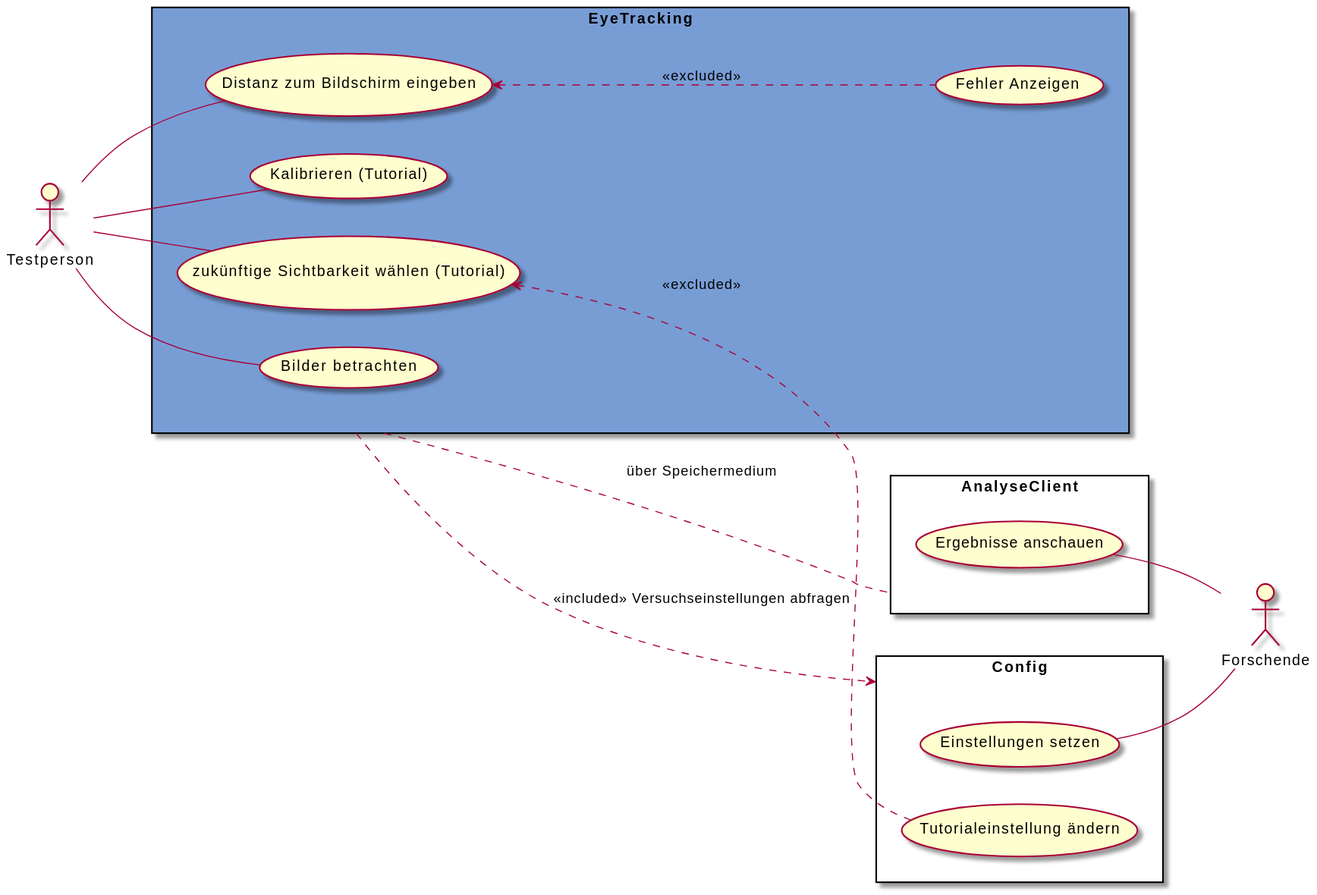
This is meilenstein_05/usecase-EyeTracking/usecase-EyeTracking.svg from weichware10/meilensteine, a PlantUML export, as it was before one commit. Source of this version:
```plantuml
@startuml
left to right direction

actor Testperson as t
actor Forschende as f

rectangle EyeTracking as z #789dd5 {
    usecase "Distanz zum Bildschirm eingeben" as db
    usecase "Kalibrieren (Tutorial)" as kt
    usecase "zukünftige Sichtbarkeit wählen (Tutorial)" as tw
    usecase "Bilder betrachten" as bb
    usecase "Fehler Anzeigen" as fa
}

rectangle AnalyseClient as a {
    usecase "Ergebnisse anschauen" as ea
}

rectangle Config as c {
    usecase "Einstellungen setzen" as es
    usecase "Tutorialeinstellung ändern" as tä
}

t -- db
t -- kt
t -- tw
t -- bb

es -- f
ea -- f

tw <.. tä : <<excluded>>
z .. a : über Speichermedium
z ..> c : <<included>> Versuchseinstellungen abfragen
db <.. fa : <<excluded>>
@enduml
```
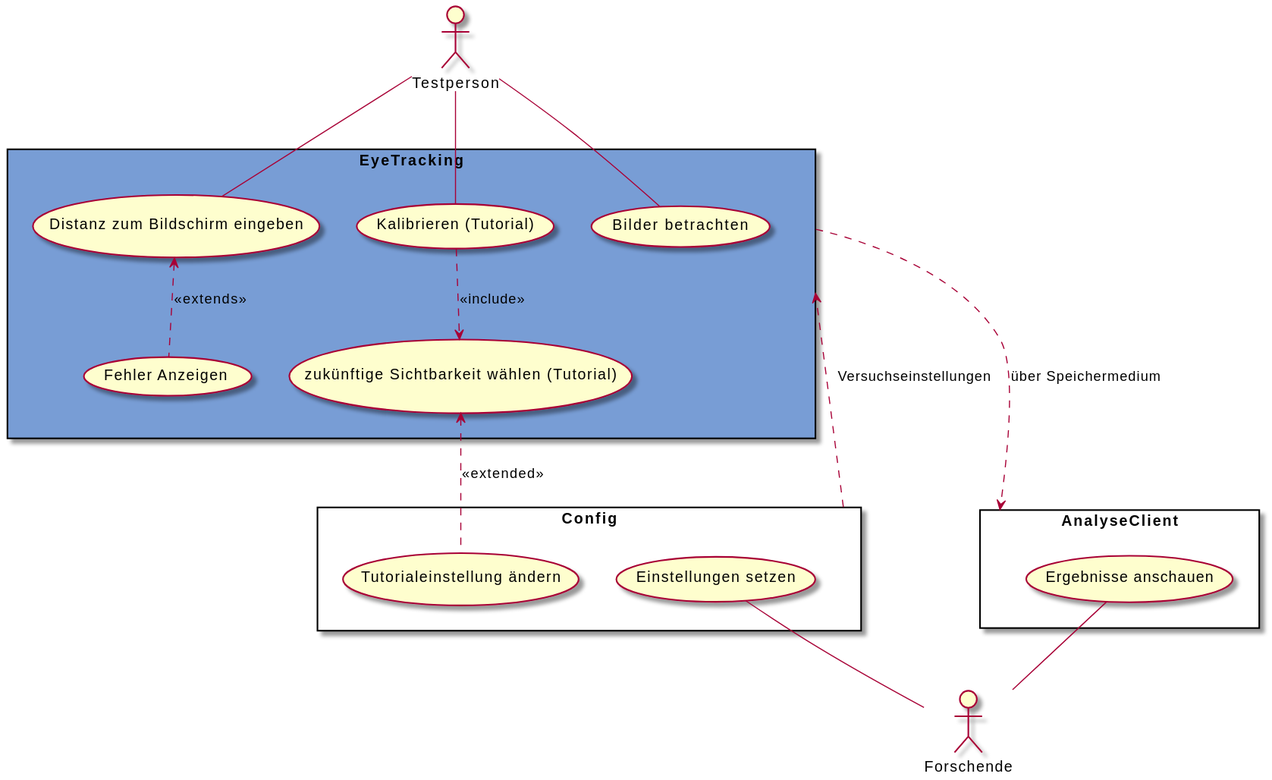
The same diagram one commit later.

Commit message:
rendered SVGs

Diff of the diagram source:
```diff
@@ -1,5 +1,4 @@
 @startuml
-left to right direction
 
 actor Testperson as t
 actor Forschende as f
@@ -23,14 +22,14 @@
 
 t -- db
 t -- kt
-t -- tw
 t -- bb
 
 es -- f
 ea -- f
 
-tw <.. tä : <<excluded>>
-z .. a : über Speichermedium
-z ..> c : <<included>> Versuchseinstellungen abfragen
-db <.. fa : <<excluded>>
+tw <.. tä : <<extended>>
+z ..> a : über Speichermedium
+z <.. c : Versuchseinstellungen
+db <.. fa : <<extends>>
+kt ..> tw : <<include>>
 @enduml
```
